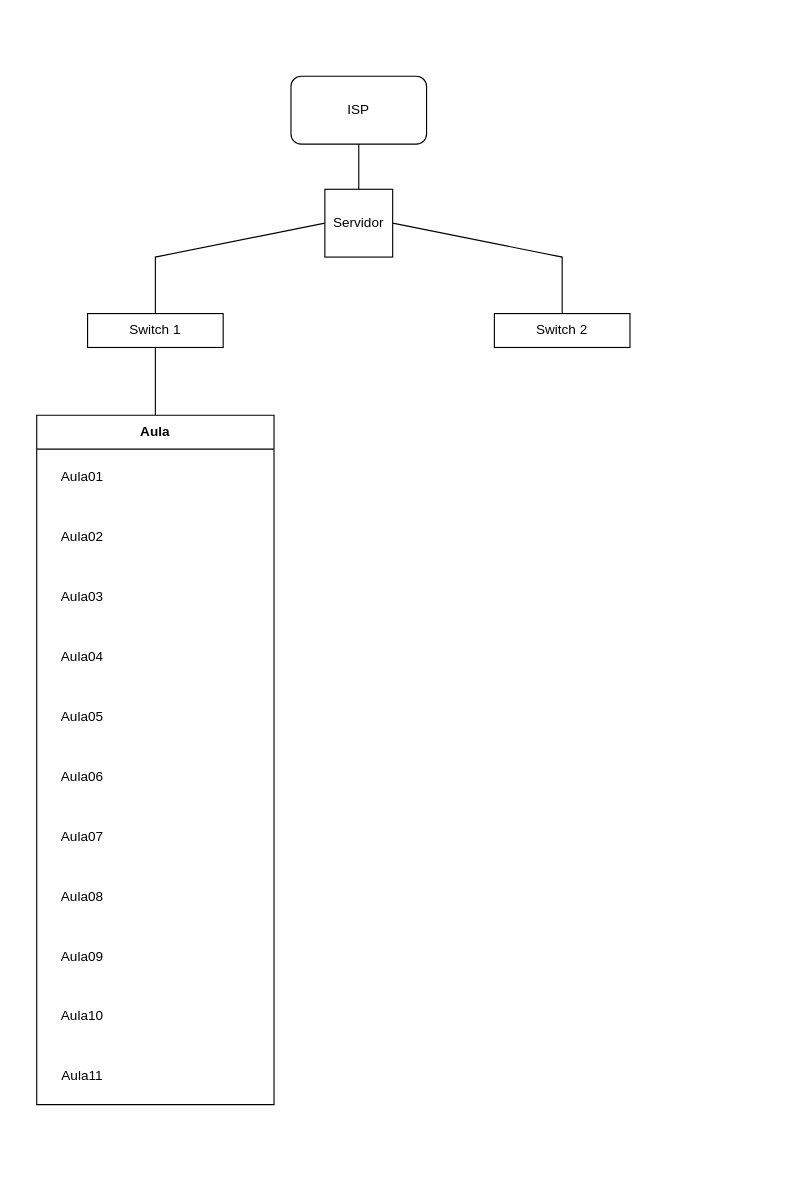
Above: Diagrama sin título.drawio in omarmc89/Curso (draw.io), before the change. Source tidied: cells renumbered, new cells numbered last; positions are measured from the earlier drawing's top-left corner, leaving out a move shared by most shapes. Both pictures are drawn from the tidied source at 113%, with x=0, y=0 at pixel (36, 76).
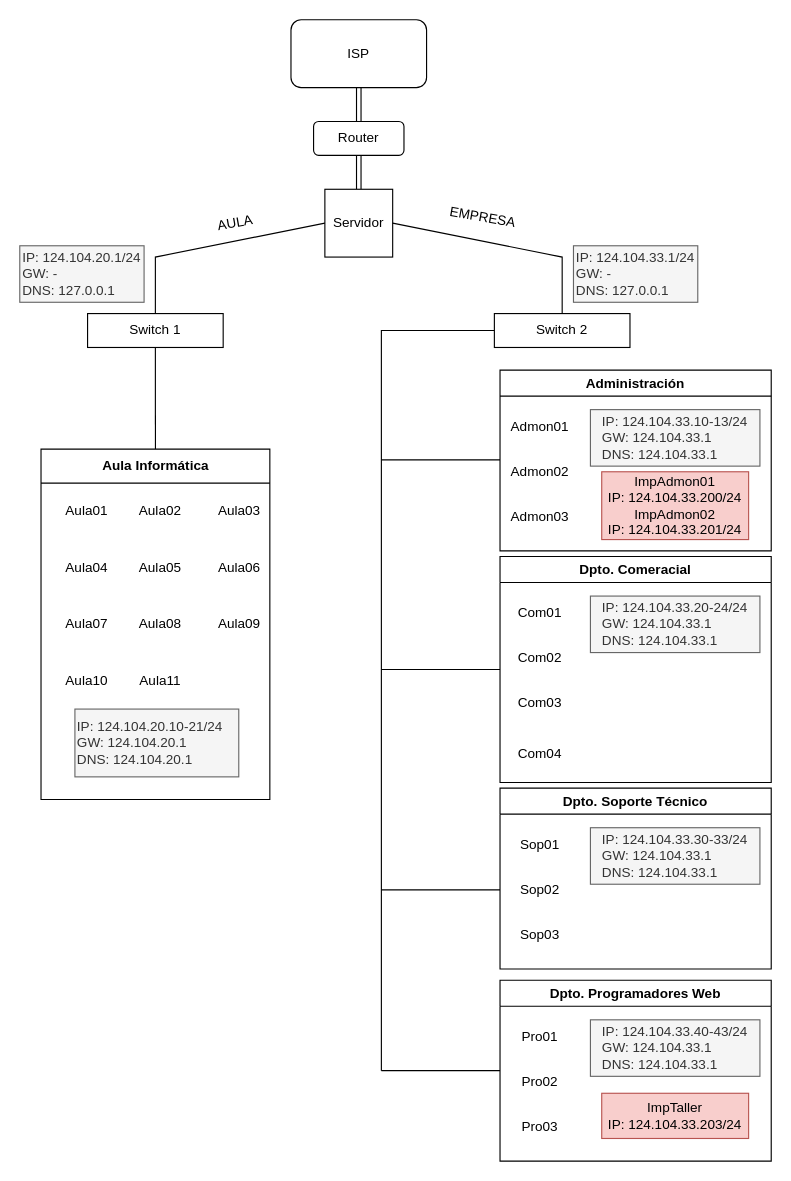
The same page after the edit.

Unchanged cells that the change refers to:
```xml
<mxCell id="3" value="Servidor" style="whiteSpace=wrap;html=1;" parent="1" vertex="1">
  <mxGeometry x="255" y="100" width="60" height="60" as="geometry" />
</mxCell>
<mxCell id="4" value="Switch 1" style="rounded=0;whiteSpace=wrap;html=1;" parent="1" vertex="1">
  <mxGeometry x="45" y="210" width="120" height="30" as="geometry" />
</mxCell>
<mxCell id="5" value="Switch 2" style="rounded=0;whiteSpace=wrap;html=1;" parent="1" vertex="1">
  <mxGeometry x="405" y="210" width="120" height="30" as="geometry" />
</mxCell>
```

Diff of the diagram source:
```diff
@@
     <mxCell id="2" value="ISP" style="rounded=1;whiteSpace=wrap;html=1;" parent="1" vertex="1">
-      <mxGeometry x="225" width="120" height="60" as="geometry" />
+      <mxGeometry x="225" y="-50" width="120" height="60" as="geometry" />
     </mxCell>
+    <mxCell id="22" style="edgeStyle=orthogonalEdgeStyle;rounded=0;jettySize=auto;html=1;shape=link;" parent="1" edge="1" source="3" target="57">
+      <mxGeometry relative="1" as="geometry" />
+    </mxCell>
@@
-    <mxCell id="8" style="endArrow=none;html=1;rounded=0;entryX=0.5;entryY=1;entryDx=0;entryDy=0;exitX=0.5;exitY=0;exitDx=0;exitDy=0;" parent="1" edge="1" source="3" target="2">
-      <mxGeometry relative="1" as="geometry" />
-    </mxCell>
-    <mxCell id="9" style="endArrow=none;html=1;rounded=0;entryX=0.5;entryY=1;entryDx=0;entryDy=0;" parent="1" edge="1" target="4">
-      <mxGeometry relative="1" as="geometry">
-        <mxPoint x="105" y="300" as="sourcePoint" />
-      </mxGeometry>
+    <mxCell id="9" style="endArrow=none;html=1;rounded=0;entryX=0.5;entryY=1;entryDx=0;entryDy=0;exitX=0.5;exitY=0;exitDx=0;exitDy=0;" parent="1" edge="1" source="10" target="4">
+      <mxGeometry relative="1" as="geometry" />
     </mxCell>
-    <mxCell id="10" value="Aula" style="swimlane;whiteSpace=wrap;html=1;startSize=30;" parent="1" vertex="1">
-      <mxGeometry y="300" width="210" height="610" as="geometry" />
+    <mxCell id="10" value="Aula Informática" style="swimlane;whiteSpace=wrap;html=1;startSize=30;" parent="1" vertex="1">
+      <mxGeometry x="3.8" y="330" width="202.5" height="310" as="geometry" />
     </mxCell>
@@
     <mxCell id="12" value="Aula02" style="text;html=1;align=center;verticalAlign=middle;strokeColor=none;fillColor=none;flipV=1;" parent="10" vertex="1">
-      <mxGeometry x="10" y="93" width="60" height="30" as="geometry" />
+      <mxGeometry x="75" y="40" width="60" height="30" as="geometry" />
     </mxCell>
     <mxCell id="13" value="Aula03" style="text;html=1;align=center;verticalAlign=middle;strokeColor=none;fillColor=none;flipV=1;" parent="10" vertex="1">
-      <mxGeometry x="10" y="146" width="60" height="30" as="geometry" />
+      <mxGeometry x="145" y="40" width="60" height="30" as="geometry" />
     </mxCell>
     <mxCell id="14" value="Aula11" style="text;html=1;align=center;verticalAlign=middle;strokeColor=none;fillColor=none;" parent="10" vertex="1">
-      <mxGeometry x="10" y="570" width="60" height="30" as="geometry" />
+      <mxGeometry x="75" y="190" width="60" height="30" as="geometry" />
     </mxCell>
     <mxCell id="15" value="Aula10" style="text;html=1;align=center;verticalAlign=middle;strokeColor=none;fillColor=none;flipV=1;" parent="10" vertex="1">
-      <mxGeometry x="10" y="517" width="60" height="30" as="geometry" />
+      <mxGeometry x="10" y="190" width="60" height="30" as="geometry" />
     </mxCell>
     <mxCell id="16" value="Aula09" style="text;html=1;align=center;verticalAlign=middle;strokeColor=none;fillColor=none;flipV=1;" parent="10" vertex="1">
-      <mxGeometry x="10" y="464" width="60" height="30" as="geometry" />
+      <mxGeometry x="145" y="140" width="60" height="30" as="geometry" />
     </mxCell>
     <mxCell id="17" value="Aula08" style="text;html=1;align=center;verticalAlign=middle;strokeColor=none;fillColor=none;flipV=1;" parent="10" vertex="1">
-      <mxGeometry x="10" y="411" width="60" height="30" as="geometry" />
+      <mxGeometry x="75" y="140" width="60" height="30" as="geometry" />
     </mxCell>
     <mxCell id="18" value="Aula07" style="text;html=1;align=center;verticalAlign=middle;strokeColor=none;fillColor=none;flipV=1;" parent="10" vertex="1">
-      <mxGeometry x="10" y="358" width="60" height="30" as="geometry" />
+      <mxGeometry x="10" y="140" width="60" height="30" as="geometry" />
     </mxCell>
     <mxCell id="19" value="Aula06" style="text;html=1;align=center;verticalAlign=middle;strokeColor=none;fillColor=none;flipV=1;" parent="10" vertex="1">
-      <mxGeometry x="10" y="305" width="60" height="30" as="geometry" />
+      <mxGeometry x="145" y="90" width="60" height="30" as="geometry" />
     </mxCell>
     <mxCell id="20" value="Aula05" style="text;html=1;align=center;verticalAlign=middle;strokeColor=none;fillColor=none;flipV=1;" parent="10" vertex="1">
-      <mxGeometry x="10" y="252" width="60" height="30" as="geometry" />
+      <mxGeometry x="75" y="90" width="60" height="30" as="geometry" />
     </mxCell>
     <mxCell id="21" value="Aula04" style="text;html=1;align=center;verticalAlign=middle;strokeColor=none;fillColor=none;flipV=1;" parent="10" vertex="1">
-      <mxGeometry x="10" y="199" width="60" height="30" as="geometry" />
+      <mxGeometry x="10" y="90" width="60" height="30" as="geometry" />
     </mxCell>
+    <mxCell id="23" value="IP: 124.104.20.10-21/24&lt;br&gt;GW: 124.104.20.1&lt;br&gt;DNS: 124.104.20.1" style="text;html=1;align=left;verticalAlign=middle;whiteSpace=wrap;rounded=0;fillColor=#f5f5f5;fontColor=#333333;strokeColor=#666666;" parent="10" vertex="1">
+      <mxGeometry x="30" y="230" width="145" height="60" as="geometry" />
+    </mxCell>
+    <mxCell id="24" value="&lt;div style=&quot;text-align: left;&quot;&gt;&lt;span style=&quot;background-color: initial;&quot;&gt;IP: 124.104.20.1/24&lt;/span&gt;&lt;/div&gt;&lt;div style=&quot;text-align: left;&quot;&gt;&lt;span style=&quot;background-color: initial;&quot;&gt;GW: -&lt;/span&gt;&lt;/div&gt;&lt;div style=&quot;text-align: left;&quot;&gt;&lt;span style=&quot;background-color: initial;&quot;&gt;DNS: 127.0.0.1&lt;/span&gt;&lt;/div&gt;" style="text;html=1;strokeColor=#666666;fillColor=#f5f5f5;align=center;verticalAlign=middle;whiteSpace=wrap;rounded=0;fontColor=#333333;" parent="1" vertex="1">
+      <mxGeometry x="-15" y="150" width="110" height="50" as="geometry" />
+    </mxCell>
+    <mxCell id="25" value="&lt;div style=&quot;text-align: left;&quot;&gt;&lt;span style=&quot;background-color: initial;&quot;&gt;IP: 124.104.33.1/24&lt;/span&gt;&lt;/div&gt;&lt;div style=&quot;text-align: left;&quot;&gt;&lt;span style=&quot;background-color: initial;&quot;&gt;GW: -&lt;/span&gt;&lt;/div&gt;&lt;div style=&quot;text-align: left;&quot;&gt;&lt;span style=&quot;background-color: initial;&quot;&gt;DNS: 127.0.0.1&lt;/span&gt;&lt;/div&gt;" style="text;html=1;strokeColor=#666666;fillColor=#f5f5f5;align=center;verticalAlign=middle;whiteSpace=wrap;rounded=0;fontColor=#333333;" parent="1" vertex="1">
+      <mxGeometry x="475" y="150" width="110" height="50" as="geometry" />
+    </mxCell>
+    <mxCell id="26" value="Administración" style="swimlane;whiteSpace=wrap;html=1;" parent="1" vertex="1">
+      <mxGeometry x="410" y="260" width="240" height="160" as="geometry" />
+    </mxCell>
+    <mxCell id="27" value="Admon01" style="text;html=1;align=center;verticalAlign=middle;strokeColor=none;fillColor=none;flipV=1;" parent="26" vertex="1">
+      <mxGeometry y="35" width="70" height="30" as="geometry" />
+    </mxCell>
+    <mxCell id="28" value="Admon03" style="text;html=1;align=center;verticalAlign=middle;strokeColor=none;fillColor=none;flipV=1;" parent="26" vertex="1">
+      <mxGeometry y="115" width="70" height="30" as="geometry" />
+    </mxCell>
+    <mxCell id="29" value="Admon02" style="text;html=1;align=center;verticalAlign=middle;strokeColor=none;fillColor=none;flipV=1;" parent="26" vertex="1">
+      <mxGeometry y="75" width="70" height="30" as="geometry" />
+    </mxCell>
+    <mxCell id="30" value="&lt;div style=&quot;text-align: left;&quot;&gt;&lt;span style=&quot;background-color: initial;&quot;&gt;IP: 124.104.33.10-13/24&lt;/span&gt;&lt;/div&gt;&lt;div style=&quot;text-align: left;&quot;&gt;&lt;span style=&quot;background-color: initial;&quot;&gt;GW: 124.104.33.1&lt;/span&gt;&lt;/div&gt;&lt;div style=&quot;text-align: left;&quot;&gt;&lt;span style=&quot;background-color: initial;&quot;&gt;DNS: 124.104.33.1&lt;/span&gt;&lt;/div&gt;" style="text;html=1;strokeColor=#666666;fillColor=#f5f5f5;align=center;verticalAlign=middle;whiteSpace=wrap;rounded=0;fontColor=#333333;" parent="26" vertex="1">
+      <mxGeometry x="80" y="35" width="150" height="50" as="geometry" />
+    </mxCell>
+    <mxCell id="31" value="ImpAdmon01&lt;br&gt;IP: 124.104.33.200/24&lt;br&gt;ImpAdmon02&lt;br&gt;IP: 124.104.33.201/24" style="rounded=0;whiteSpace=wrap;html=1;fillColor=#f8cecc;strokeColor=#b85450;" parent="26" vertex="1">
+      <mxGeometry x="90" y="90" width="130" height="60" as="geometry" />
+    </mxCell>
+    <mxCell id="32" value="Dpto. Comeracial" style="swimlane;whiteSpace=wrap;html=1;" parent="1" vertex="1">
+      <mxGeometry x="410" y="425" width="240" height="200" as="geometry" />
+    </mxCell>
+    <mxCell id="33" value="Com01" style="text;html=1;align=center;verticalAlign=middle;strokeColor=none;fillColor=none;flipV=1;" parent="32" vertex="1">
+      <mxGeometry x="5" y="35" width="60" height="30" as="geometry" />
+    </mxCell>
+    <mxCell id="34" value="Com03" style="text;html=1;align=center;verticalAlign=middle;strokeColor=none;fillColor=none;flipV=1;" parent="32" vertex="1">
+      <mxGeometry x="5" y="115" width="60" height="30" as="geometry" />
+    </mxCell>
+    <mxCell id="35" value="Com02" style="text;html=1;align=center;verticalAlign=middle;strokeColor=none;fillColor=none;flipV=1;" parent="32" vertex="1">
+      <mxGeometry x="5" y="75" width="60" height="30" as="geometry" />
+    </mxCell>
+    <mxCell id="36" value="&lt;div style=&quot;text-align: left;&quot;&gt;&lt;span style=&quot;background-color: initial;&quot;&gt;IP: 124.104.33.20-24/24&lt;/span&gt;&lt;/div&gt;&lt;div style=&quot;text-align: left;&quot;&gt;&lt;span style=&quot;background-color: initial;&quot;&gt;GW: 124.104.33.1&lt;/span&gt;&lt;/div&gt;&lt;div style=&quot;text-align: left;&quot;&gt;&lt;span style=&quot;background-color: initial;&quot;&gt;DNS: 124.104.33.1&lt;/span&gt;&lt;/div&gt;" style="text;html=1;strokeColor=#666666;fillColor=#f5f5f5;align=center;verticalAlign=middle;whiteSpace=wrap;rounded=0;fontColor=#333333;" parent="32" vertex="1">
+      <mxGeometry x="80" y="35" width="150" height="50" as="geometry" />
+    </mxCell>
+    <mxCell id="37" value="Com04" style="text;html=1;align=center;verticalAlign=middle;strokeColor=none;fillColor=none;flipV=1;" parent="32" vertex="1">
+      <mxGeometry x="5" y="160" width="60" height="30" as="geometry" />
+    </mxCell>
+    <mxCell id="38" value="Dpto. Soporte Técnico" style="swimlane;whiteSpace=wrap;html=1;" parent="1" vertex="1">
+      <mxGeometry x="410" y="630" width="240" height="160" as="geometry" />
+    </mxCell>
+    <mxCell id="39" value="Sop01" style="text;html=1;align=center;verticalAlign=middle;strokeColor=none;fillColor=none;flipV=1;" parent="38" vertex="1">
+      <mxGeometry x="5" y="35" width="60" height="30" as="geometry" />
+    </mxCell>
+    <mxCell id="40" value="Sop03" style="text;html=1;align=center;verticalAlign=middle;strokeColor=none;fillColor=none;flipV=1;" parent="38" vertex="1">
+      <mxGeometry x="5" y="115" width="60" height="30" as="geometry" />
+    </mxCell>
+    <mxCell id="41" value="Sop02" style="text;html=1;align=center;verticalAlign=middle;strokeColor=none;fillColor=none;flipV=1;" parent="38" vertex="1">
+      <mxGeometry x="5" y="75" width="60" height="30" as="geometry" />
+    </mxCell>
+    <mxCell id="42" value="&lt;div style=&quot;text-align: left;&quot;&gt;&lt;span style=&quot;background-color: initial;&quot;&gt;IP: 124.104.33.30-33/24&lt;/span&gt;&lt;/div&gt;&lt;div style=&quot;text-align: left;&quot;&gt;&lt;span style=&quot;background-color: initial;&quot;&gt;GW: 124.104.33.1&lt;/span&gt;&lt;/div&gt;&lt;div style=&quot;text-align: left;&quot;&gt;&lt;span style=&quot;background-color: initial;&quot;&gt;DNS: 124.104.33.1&lt;/span&gt;&lt;/div&gt;" style="text;html=1;strokeColor=#666666;fillColor=#f5f5f5;align=center;verticalAlign=middle;whiteSpace=wrap;rounded=0;fontColor=#333333;" parent="38" vertex="1">
+      <mxGeometry x="80" y="35" width="150" height="50" as="geometry" />
+    </mxCell>
+    <mxCell id="43" value="Dpto. Programadores Web" style="swimlane;whiteSpace=wrap;html=1;" parent="1" vertex="1">
+      <mxGeometry x="410" y="800" width="240" height="160" as="geometry" />
+    </mxCell>
+    <mxCell id="44" value="Pro01" style="text;html=1;align=center;verticalAlign=middle;strokeColor=none;fillColor=none;flipV=1;" parent="43" vertex="1">
+      <mxGeometry x="5" y="35" width="60" height="30" as="geometry" />
+    </mxCell>
+    <mxCell id="45" value="Pro03" style="text;html=1;align=center;verticalAlign=middle;strokeColor=none;fillColor=none;flipV=1;" parent="43" vertex="1">
+      <mxGeometry x="5" y="115" width="60" height="30" as="geometry" />
+    </mxCell>
+    <mxCell id="46" value="Pro02" style="text;html=1;align=center;verticalAlign=middle;strokeColor=none;fillColor=none;flipV=1;" parent="43" vertex="1">
+      <mxGeometry x="5" y="75" width="60" height="30" as="geometry" />
+    </mxCell>
+    <mxCell id="47" value="&lt;div style=&quot;text-align: left;&quot;&gt;&lt;span style=&quot;background-color: initial;&quot;&gt;IP: 124.104.33.40-43/24&lt;/span&gt;&lt;/div&gt;&lt;div style=&quot;text-align: left;&quot;&gt;&lt;span style=&quot;background-color: initial;&quot;&gt;GW: 124.104.33.1&lt;/span&gt;&lt;/div&gt;&lt;div style=&quot;text-align: left;&quot;&gt;&lt;span style=&quot;background-color: initial;&quot;&gt;DNS: 124.104.33.1&lt;/span&gt;&lt;/div&gt;" style="text;html=1;strokeColor=#666666;fillColor=#f5f5f5;align=center;verticalAlign=middle;whiteSpace=wrap;rounded=0;fontColor=#333333;" parent="43" vertex="1">
+      <mxGeometry x="80" y="35" width="150" height="50" as="geometry" />
+    </mxCell>
+    <mxCell id="48" value="ImpTaller&lt;br&gt;IP: 124.104.33.203/24" style="rounded=0;whiteSpace=wrap;html=1;fillColor=#f8cecc;strokeColor=#b85450;" parent="43" vertex="1">
+      <mxGeometry x="90" y="100" width="130" height="40" as="geometry" />
+    </mxCell>
+    <mxCell id="49" style="endArrow=none;html=1;rounded=0;entryX=0;entryY=0.5;entryDx=0;entryDy=0;" parent="1" edge="1" target="5">
+      <mxGeometry relative="1" as="geometry">
+        <mxPoint x="305" y="880" as="sourcePoint" />
+        <Array as="points">
+          <mxPoint x="305" y="225" />
+        </Array>
+      </mxGeometry>
+    </mxCell>
+    <mxCell id="50" style="endArrow=none;html=1;rounded=0;entryX=0;entryY=0.5;entryDx=0;entryDy=0;" parent="1" edge="1" target="43">
+      <mxGeometry relative="1" as="geometry">
+        <mxPoint x="305" y="880" as="sourcePoint" />
+      </mxGeometry>
+    </mxCell>
+    <mxCell id="51" style="endArrow=none;html=1;rounded=0;entryX=0;entryY=0.5;entryDx=0;entryDy=0;" parent="1" edge="1">
+      <mxGeometry relative="1" as="geometry">
+        <mxPoint x="305" y="720" as="sourcePoint" />
+        <mxPoint x="410" y="720" as="targetPoint" />
+      </mxGeometry>
+    </mxCell>
+    <mxCell id="52" style="endArrow=none;html=1;rounded=0;entryX=0;entryY=0.5;entryDx=0;entryDy=0;" parent="1" edge="1">
+      <mxGeometry relative="1" as="geometry">
+        <mxPoint x="305" y="525" as="sourcePoint" />
+        <mxPoint x="410" y="525" as="targetPoint" />
+      </mxGeometry>
+    </mxCell>
+    <mxCell id="53" style="endArrow=none;html=1;rounded=0;entryX=0;entryY=0.5;entryDx=0;entryDy=0;" parent="1" edge="1">
+      <mxGeometry relative="1" as="geometry">
+        <mxPoint x="305" y="339.5" as="sourcePoint" />
+        <mxPoint x="410" y="339.5" as="targetPoint" />
+      </mxGeometry>
+    </mxCell>
+    <mxCell id="54" value="AULA" style="text;html=1;strokeColor=none;fillColor=none;align=center;verticalAlign=middle;whiteSpace=wrap;rounded=0;rotation=-10;" parent="1" vertex="1">
+      <mxGeometry x="146.2" y="115" width="60" height="30" as="geometry" />
+    </mxCell>
+    <mxCell id="55" value="EMPRESA" style="text;html=1;strokeColor=none;fillColor=none;align=center;verticalAlign=middle;whiteSpace=wrap;rounded=0;rotation=10;" parent="1" vertex="1">
+      <mxGeometry x="365" y="110" width="60" height="30" as="geometry" />
+    </mxCell>
+    <mxCell id="56" style="edgeStyle=orthogonalEdgeStyle;rounded=0;jettySize=auto;html=1;shape=link;" parent="1" edge="1" source="57" target="2">
+      <mxGeometry relative="1" as="geometry" />
+    </mxCell>
+    <mxCell id="57" value="Router" style="rounded=1;whiteSpace=wrap;html=1;" parent="1" vertex="1">
+      <mxGeometry x="245" y="40" width="80" height="30" as="geometry" />
+    </mxCell>
```
